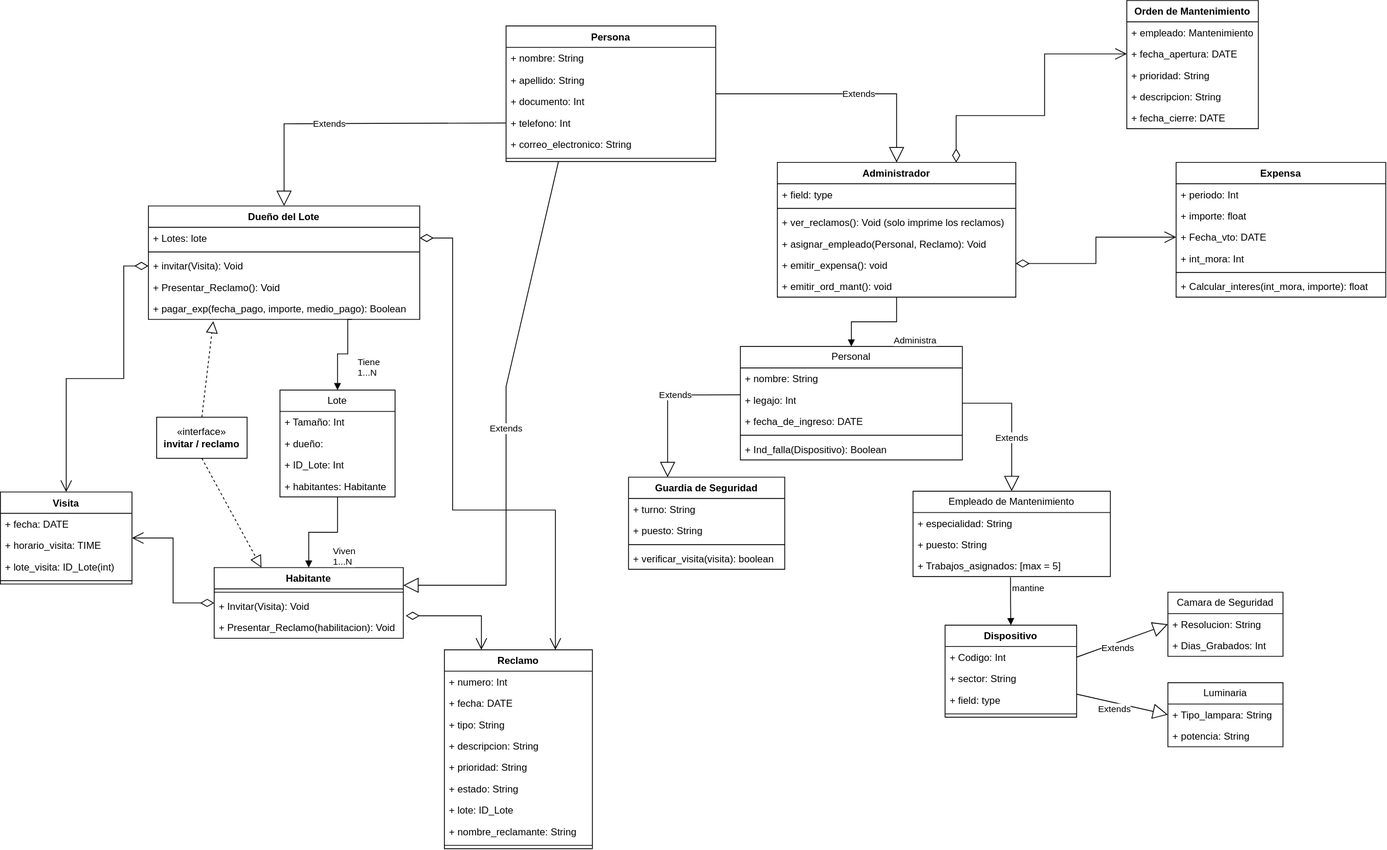
nLeww/TPO-POO-Grupo4 keeps this draw.io diagram as docs/UML_Diagrama_de_Clases.drawio.svg. Above is the earlier version. Source tidied: cells renumbered, new cells last; positions are measured from the earlier drawing's top-left corner, leaving out a move shared by most shapes.
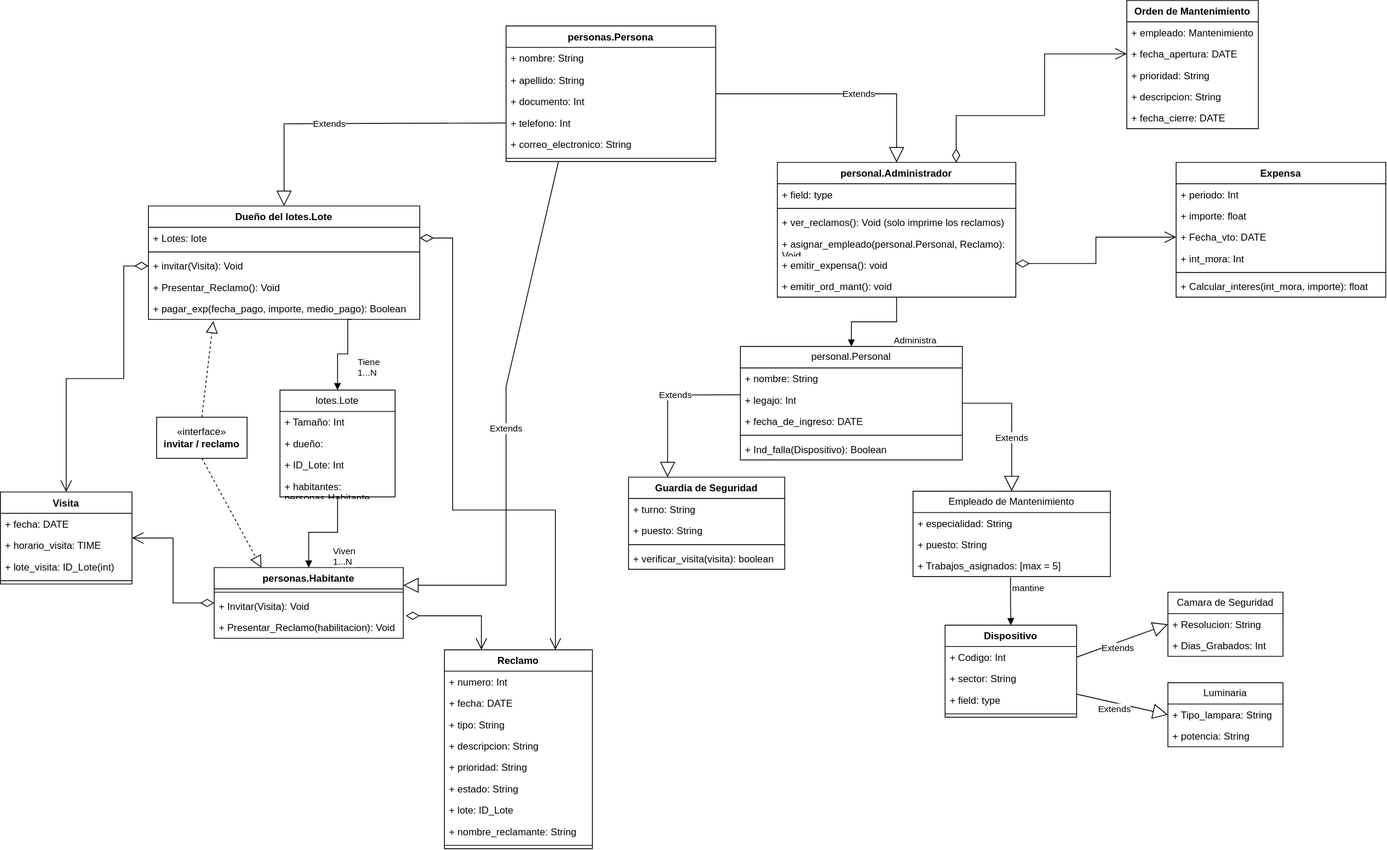
The same diagram one commit later.

The edit, as a diff of the source:
```diff
@@ -2,7 +2,7 @@
   <root>
     <mxCell id="0" />
     <mxCell id="1" parent="0" />
-    <mxCell id="2" value="Persona" style="swimlane;fontStyle=1;align=center;verticalAlign=top;horizontal=1;startSize=26;whiteSpace=wrap;html=1;" parent="1" vertex="1">
+    <mxCell id="2" value="personas.Persona" style="swimlane;fontStyle=1;align=center;verticalAlign=top;horizontal=1;startSize=26;whiteSpace=wrap;html=1;" parent="1" vertex="1">
       <mxGeometry x="615" y="31" width="255" height="165" as="geometry" />
     </mxCell>
     <mxCell id="3" value="+ nombre: String" style="text;strokeColor=none;fillColor=none;align=left;verticalAlign=top;spacingLeft=4;spacingRight=4;overflow=hidden;whiteSpace=wrap;html=1;" parent="2" vertex="1">
@@ -23,7 +23,7 @@
     <mxCell id="8" style="line;strokeWidth=1;fillColor=none;align=left;verticalAlign=middle;spacingTop=-1;spacingLeft=3;spacingRight=3;labelPosition=right;strokeColor=inherit;" parent="2" vertex="1">
       <mxGeometry y="157" width="255" height="8" as="geometry" />
     </mxCell>
-    <mxCell id="9" value="Lote" style="swimlane;fontStyle=0;horizontal=1;startSize=26;fillColor=none;whiteSpace=wrap;html=1;" parent="1" vertex="1">
+    <mxCell id="9" value="lotes.Lote" style="swimlane;fontStyle=0;horizontal=1;startSize=26;fillColor=none;whiteSpace=wrap;html=1;" parent="1" vertex="1">
       <mxGeometry x="340" y="474" width="140" height="130" as="geometry" />
     </mxCell>
     <mxCell id="10" value="+ Tamaño: Int" style="text;strokeColor=none;fillColor=none;align=left;verticalAlign=top;spacingLeft=4;spacingRight=4;overflow=hidden;whiteSpace=wrap;html=1;" parent="9" vertex="1">
@@ -35,10 +35,10 @@
     <mxCell id="12" value="+ ID_Lote: Int" style="text;strokeColor=none;fillColor=none;align=left;verticalAlign=top;spacingLeft=4;spacingRight=4;overflow=hidden;whiteSpace=wrap;html=1;" parent="9" vertex="1">
       <mxGeometry y="78" width="140" height="26" as="geometry" />
     </mxCell>
-    <mxCell id="13" value="+ habitantes: Habitante" style="text;strokeColor=none;fillColor=none;align=left;verticalAlign=top;spacingLeft=4;spacingRight=4;overflow=hidden;whiteSpace=wrap;html=1;" parent="9" vertex="1">
+    <mxCell id="13" value="+ habitantes: personas.Habitante" style="text;strokeColor=none;fillColor=none;align=left;verticalAlign=top;spacingLeft=4;spacingRight=4;overflow=hidden;whiteSpace=wrap;html=1;" parent="9" vertex="1">
       <mxGeometry y="104" width="140" height="26" as="geometry" />
     </mxCell>
-    <mxCell id="14" value="Personal" style="swimlane;fontStyle=0;horizontal=1;startSize=26;fillColor=none;whiteSpace=wrap;html=1;" parent="1" vertex="1">
+    <mxCell id="14" value="personal.Personal" style="swimlane;fontStyle=0;horizontal=1;startSize=26;fillColor=none;whiteSpace=wrap;html=1;" parent="1" vertex="1">
       <mxGeometry x="900" y="421" width="270" height="138" as="geometry" />
     </mxCell>
     <mxCell id="15" value="+ nombre: String" style="text;strokeColor=none;fillColor=none;align=left;verticalAlign=top;spacingLeft=4;spacingRight=4;overflow=hidden;whiteSpace=wrap;html=1;" parent="14" vertex="1">
@@ -112,7 +112,7 @@
     <mxCell id="35" value="+ verificar_visita(visita): boolean" style="text;strokeColor=none;fillColor=none;align=left;verticalAlign=top;spacingLeft=4;spacingRight=4;overflow=hidden;whiteSpace=wrap;html=1;" parent="31" vertex="1">
       <mxGeometry y="86" width="190" height="26" as="geometry" />
     </mxCell>
-    <mxCell id="36" value="Habitante" style="swimlane;fontStyle=1;align=center;verticalAlign=top;horizontal=1;startSize=26;whiteSpace=wrap;html=1;" parent="1" vertex="1">
+    <mxCell id="36" value="personas.Habitante" style="swimlane;fontStyle=1;align=center;verticalAlign=top;horizontal=1;startSize=26;whiteSpace=wrap;html=1;" parent="1" vertex="1">
       <mxGeometry x="260" y="690" width="230" height="86" as="geometry" />
     </mxCell>
     <mxCell id="37" style="line;strokeWidth=1;fillColor=none;align=left;verticalAlign=middle;spacingTop=-1;spacingLeft=3;spacingRight=3;labelPosition=right;strokeColor=inherit;" parent="36" vertex="1">
@@ -142,7 +142,7 @@
     <mxCell id="43" style="endArrow=block;dashed=1;endFill=0;endSize=12;html=1;rounded=0;exitX=0.5;exitY=0;exitDx=0;exitDy=0;entryX=0.239;entryY=1.087;entryDx=0;entryDy=0;entryPerimeter=0;" parent="1" edge="1" source="40" target="49">
       <mxGeometry x="-0.4" relative="1" as="geometry" />
     </mxCell>
-    <mxCell id="44" value="Dueño del Lote" style="swimlane;fontStyle=1;align=center;verticalAlign=top;horizontal=1;startSize=26;whiteSpace=wrap;html=1;" parent="1" vertex="1">
+    <mxCell id="44" value="Dueño del lotes.Lote" style="swimlane;fontStyle=1;align=center;verticalAlign=top;horizontal=1;startSize=26;whiteSpace=wrap;html=1;" parent="1" vertex="1">
       <mxGeometry x="180" y="250" width="330" height="138" as="geometry" />
     </mxCell>
     <mxCell id="45" value="+ Lotes: lote" style="text;strokeColor=none;fillColor=none;align=left;verticalAlign=top;spacingLeft=4;spacingRight=4;overflow=hidden;points=[[0,0.5],[1,0.5]];portConstraint=eastwest;whiteSpace=wrap;html=1;" parent="44" vertex="1">
@@ -189,7 +189,7 @@
     <mxCell id="54" style="endArrow=block;dashed=1;endFill=0;endSize=12;html=1;rounded=0;exitX=0.5;exitY=1;exitDx=0;exitDy=0;entryX=0.25;entryY=0;entryDx=0;entryDy=0;" parent="1" edge="1" source="40" target="36">
       <mxGeometry x="-0.4" relative="1" as="geometry" />
     </mxCell>
-    <mxCell id="55" value="Administrador" style="swimlane;fontStyle=1;align=center;verticalAlign=top;horizontal=1;startSize=26;whiteSpace=wrap;html=1;" parent="1" vertex="1">
+    <mxCell id="55" value="personal.Administrador" style="swimlane;fontStyle=1;align=center;verticalAlign=top;horizontal=1;startSize=26;whiteSpace=wrap;html=1;" parent="1" vertex="1">
       <mxGeometry x="945" y="197" width="290" height="164" as="geometry" />
     </mxCell>
     <mxCell id="56" value="+ field: type" style="text;strokeColor=none;fillColor=none;align=left;verticalAlign=top;spacingLeft=4;spacingRight=4;overflow=hidden;whiteSpace=wrap;html=1;" parent="55" vertex="1">
@@ -201,7 +201,7 @@
     <mxCell id="58" value="+ ver_reclamos(): Void (solo imprime los reclamos)" style="text;strokeColor=none;fillColor=none;align=left;verticalAlign=top;spacingLeft=4;spacingRight=4;overflow=hidden;whiteSpace=wrap;html=1;" parent="55" vertex="1">
       <mxGeometry y="60" width="290" height="26" as="geometry" />
     </mxCell>
-    <mxCell id="59" value="+ asignar_empleado(Personal, Reclamo): Void&amp;nbsp;" style="text;strokeColor=none;fillColor=none;align=left;verticalAlign=top;spacingLeft=4;spacingRight=4;overflow=hidden;whiteSpace=wrap;html=1;" parent="55" vertex="1">
+    <mxCell id="59" value="+ asignar_empleado(personal.Personal, Reclamo): Void&amp;nbsp;" style="text;strokeColor=none;fillColor=none;align=left;verticalAlign=top;spacingLeft=4;spacingRight=4;overflow=hidden;whiteSpace=wrap;html=1;" parent="55" vertex="1">
       <mxGeometry y="86" width="290" height="26" as="geometry" />
     </mxCell>
     <mxCell id="60" value="+ emitir_expensa(): void" style="text;strokeColor=none;fillColor=none;align=left;verticalAlign=top;spacingLeft=4;spacingRight=4;overflow=hidden;whiteSpace=wrap;html=1;" parent="55" vertex="1">
```
